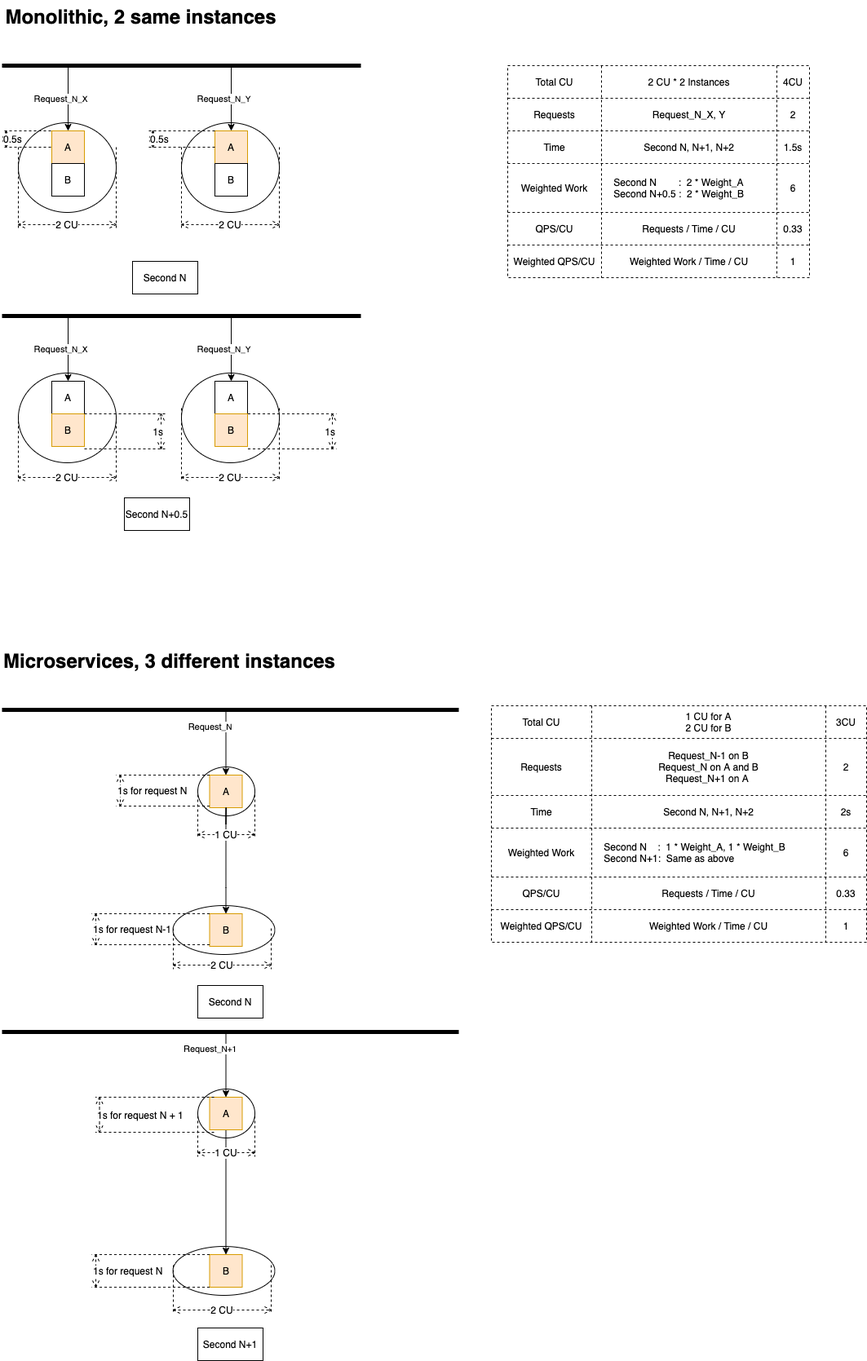
This is 2021-11-how-independent-scaling-helps-with-performance/same-rt-different-min-cu/serial/a-calls-b.drawio.png from chenjianjx/cjx-diagrams, a draw.io export, as it was before one commit. Source tidied: cells renumbered, new cells last; positions are measured from the earlier drawing's top-left corner, leaving out a move shared by most shapes.
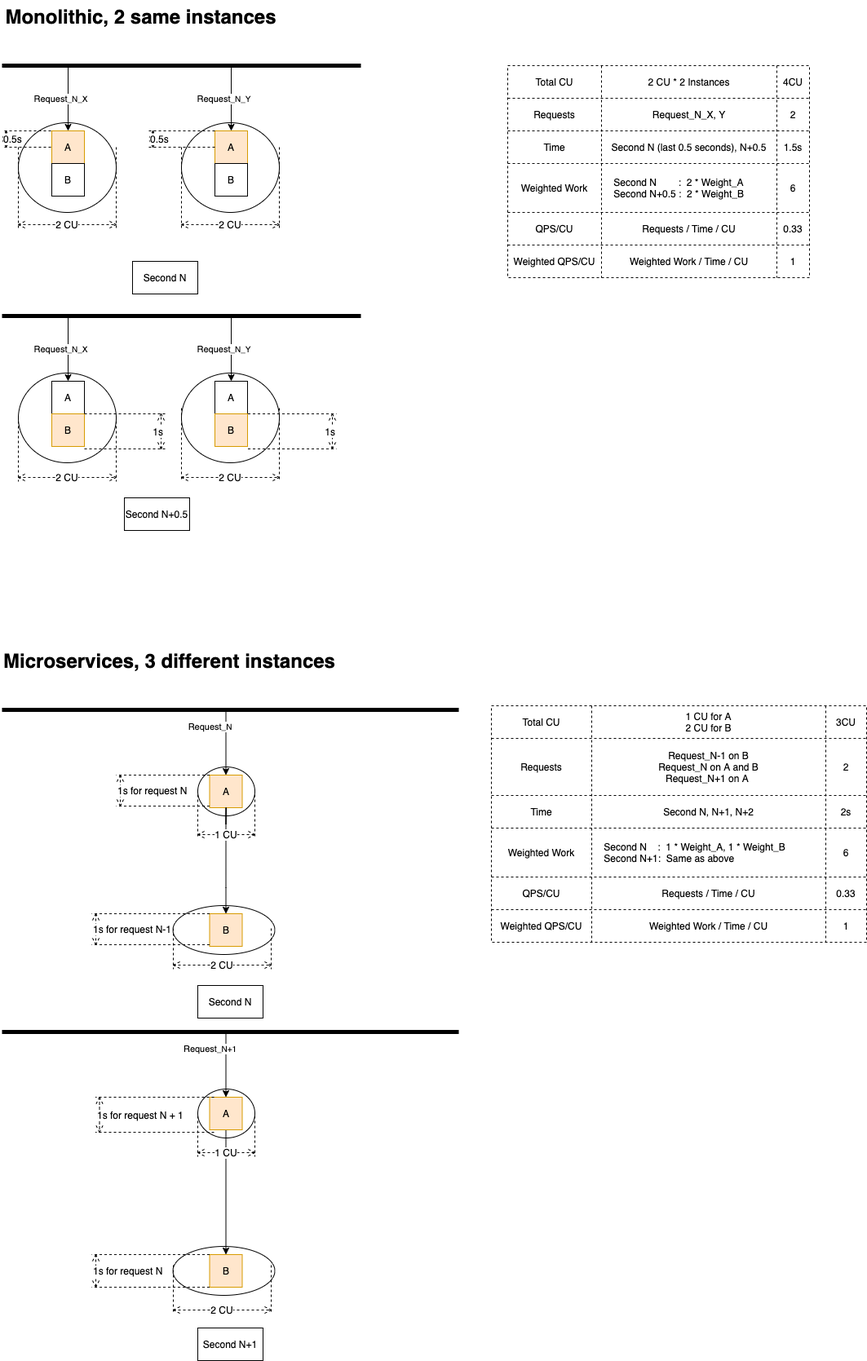
After the commit.

Diff of the diagram source:
```diff
@@ -75,7 +75,7 @@
     <mxCell id="22" value="Time" style="shape=partialRectangle;html=1;whiteSpace=wrap;fillColor=none;top=0;left=0;bottom=0;right=0;overflow=hidden;" parent="21" vertex="1">
       <mxGeometry width="115" height="40" as="geometry" />
     </mxCell>
-    <mxCell id="23" value="Second N, N+1, N+2" style="shape=partialRectangle;html=1;whiteSpace=wrap;fillColor=none;top=0;left=0;bottom=0;right=0;overflow=hidden;" parent="21" vertex="1">
+    <mxCell id="23" value="Second N (last 0.5 seconds), N+0.5" style="shape=partialRectangle;html=1;whiteSpace=wrap;fillColor=none;top=0;left=0;bottom=0;right=0;overflow=hidden;" parent="21" vertex="1">
       <mxGeometry x="115" width="215" height="40" as="geometry" />
     </mxCell>
     <mxCell id="24" value="1.5s" style="shape=partialRectangle;html=1;whiteSpace=wrap;fillColor=none;top=0;left=0;bottom=0;right=0;overflow=hidden;" parent="21" vertex="1">
```
